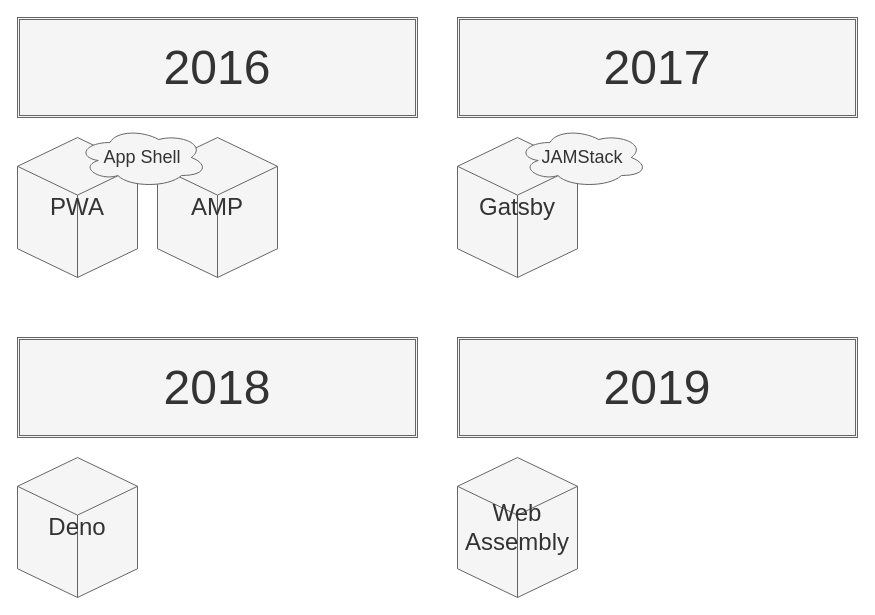
Before: assets/images/drawio/02_history_of_frontend_software_3.drawio in silverbirder/Introduction_to_Micro_Frontends, a draw.io diagram. Source tidied: cells renumbered, new cells numbered last; positions are measured from the earlier drawing's top-left corner, leaving out a move shared by most shapes. Both pictures are drawn from the tidied source at 100%, with x=0, y=0 at pixel (17, 17).
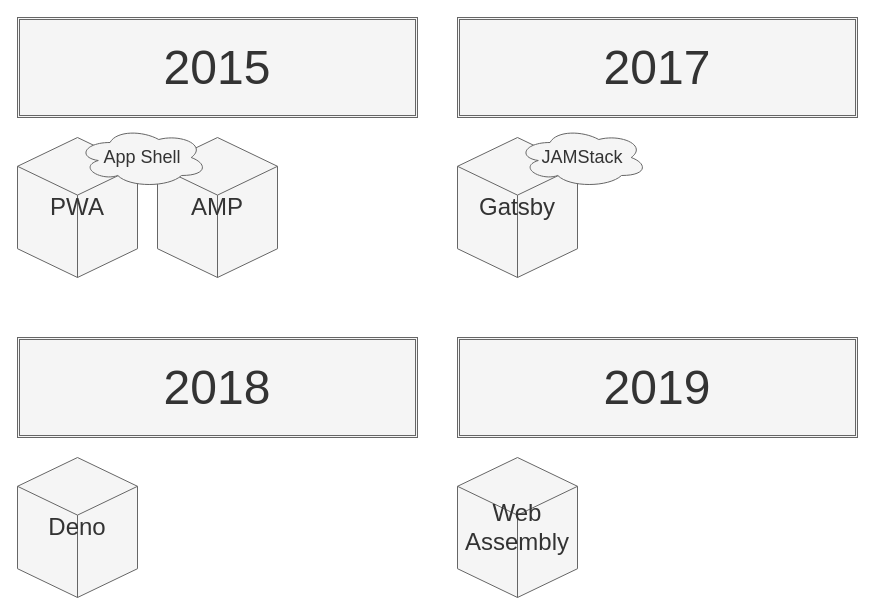
The same page after the edit.

The edit, as a diff of the source:
```diff
@@
 <mxGraphModel>
   <root>
     <mxCell id="0" />
     <mxCell id="1" parent="0" />
-    <mxCell id="2" value="&lt;font style=&quot;font-size: 48px&quot;&gt;2016&lt;/font&gt;" style="shape=ext;double=1;rounded=0;whiteSpace=wrap;html=1;shadow=0;sketch=0;fillColor=#f5f5f5;strokeColor=#666666;fontColor=#333333;" parent="1" vertex="1">
+    <mxCell id="2" value="&lt;font style=&quot;font-size: 48px&quot;&gt;2015&lt;/font&gt;" style="shape=ext;double=1;rounded=0;whiteSpace=wrap;html=1;shadow=0;sketch=0;fillColor=#f5f5f5;strokeColor=#666666;fontColor=#333333;" parent="1" vertex="1">
       <mxGeometry width="400" height="100" as="geometry" />
     </mxCell>
     <mxCell id="3" value="&lt;font style=&quot;font-size: 24px&quot;&gt;PWA&lt;/font&gt;" style="html=1;whiteSpace=wrap;shape=isoCube2;backgroundOutline=1;isoAngle=15;shadow=0;sketch=0;fillColor=#f5f5f5;strokeColor=#666666;fontColor=#333333;" parent="1" vertex="1">
       <mxGeometry y="120" width="120" height="140" as="geometry" />
     </mxCell>
     <mxCell id="4" value="&lt;font style=&quot;font-size: 24px&quot;&gt;AMP&lt;/font&gt;" style="html=1;whiteSpace=wrap;shape=isoCube2;backgroundOutline=1;isoAngle=15;shadow=0;sketch=0;fillColor=#f5f5f5;strokeColor=#666666;fontColor=#333333;" parent="1" vertex="1">
       <mxGeometry x="140" y="120" width="120" height="140" as="geometry" />
     </mxCell>
     <mxCell id="5" value="&lt;font style=&quot;font-size: 18px&quot;&gt;App Shell&lt;/font&gt;" style="ellipse;shape=cloud;whiteSpace=wrap;html=1;shadow=0;sketch=0;fillColor=#f5f5f5;align=center;strokeColor=#666666;fontColor=#333333;" parent="1" vertex="1">
       <mxGeometry x="60" y="110" width="130" height="60" as="geometry" />
     </mxCell>
     <mxCell id="6" value="&lt;font style=&quot;font-size: 48px&quot;&gt;2017&lt;/font&gt;" style="shape=ext;double=1;rounded=0;whiteSpace=wrap;html=1;shadow=0;sketch=0;fillColor=#f5f5f5;strokeColor=#666666;fontColor=#333333;" parent="1" vertex="1">
       <mxGeometry x="440" width="400" height="100" as="geometry" />
     </mxCell>
     <mxCell id="7" value="&lt;font style=&quot;font-size: 24px&quot;&gt;Gatsby&lt;/font&gt;" style="html=1;whiteSpace=wrap;shape=isoCube2;backgroundOutline=1;isoAngle=15;shadow=0;sketch=0;fillColor=#f5f5f5;strokeColor=#666666;fontColor=#333333;" parent="1" vertex="1">
       <mxGeometry x="440" y="120" width="120" height="140" as="geometry" />
     </mxCell>
     <mxCell id="8" value="&lt;font style=&quot;font-size: 18px&quot;&gt;JAMStack&lt;/font&gt;" style="ellipse;shape=cloud;whiteSpace=wrap;html=1;shadow=0;sketch=0;fillColor=#f5f5f5;align=center;strokeColor=#666666;fontColor=#333333;" parent="1" vertex="1">
       <mxGeometry x="500" y="110" width="130" height="60" as="geometry" />
     </mxCell>
     <mxCell id="9" value="&lt;font style=&quot;font-size: 48px&quot;&gt;2018&lt;/font&gt;" style="shape=ext;double=1;rounded=0;whiteSpace=wrap;html=1;shadow=0;sketch=0;fillColor=#f5f5f5;strokeColor=#666666;fontColor=#333333;" parent="1" vertex="1">
       <mxGeometry y="320" width="400" height="100" as="geometry" />
     </mxCell>
     <mxCell id="10" value="&lt;font style=&quot;font-size: 24px&quot;&gt;Deno&lt;/font&gt;" style="html=1;whiteSpace=wrap;shape=isoCube2;backgroundOutline=1;isoAngle=15;shadow=0;sketch=0;fillColor=#f5f5f5;strokeColor=#666666;fontColor=#333333;" parent="1" vertex="1">
       <mxGeometry y="440" width="120" height="140" as="geometry" />
     </mxCell>
     <mxCell id="11" value="&lt;font style=&quot;font-size: 48px&quot;&gt;2019&lt;/font&gt;" style="shape=ext;double=1;rounded=0;whiteSpace=wrap;html=1;shadow=0;sketch=0;fillColor=#f5f5f5;strokeColor=#666666;fontColor=#333333;" parent="1" vertex="1">
       <mxGeometry x="440" y="320" width="400" height="100" as="geometry" />
     </mxCell>
     <mxCell id="12" value="&lt;font style=&quot;font-size: 24px&quot;&gt;Web&lt;br&gt;Assembly&lt;/font&gt;" style="html=1;whiteSpace=wrap;shape=isoCube2;backgroundOutline=1;isoAngle=15;shadow=0;sketch=0;fillColor=#f5f5f5;strokeColor=#666666;fontColor=#333333;" parent="1" vertex="1">
       <mxGeometry x="440" y="440" width="120" height="140" as="geometry" />
     </mxCell>
   </root>
 </mxGraphModel>
```
